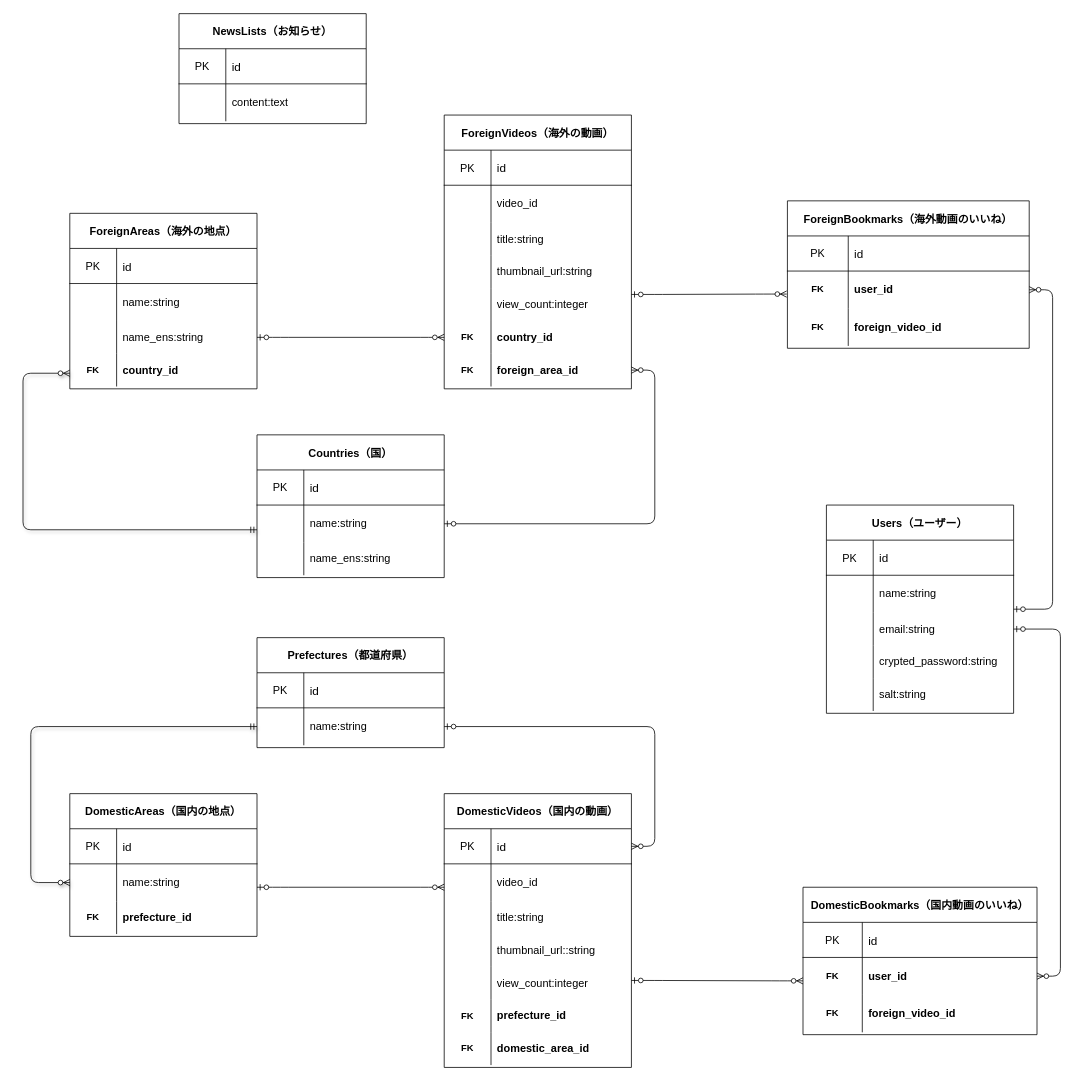
Above: er.drawio in O-H-K-N/waik-tour-rails (draw.io), before the change. Source tidied: cells renumbered, new cells numbered last; positions are measured from the earlier drawing's top-left corner, leaving out a move shared by most shapes. Both pictures are drawn from the tidied source at 78%, with x=0, y=0 at pixel (23, 13).
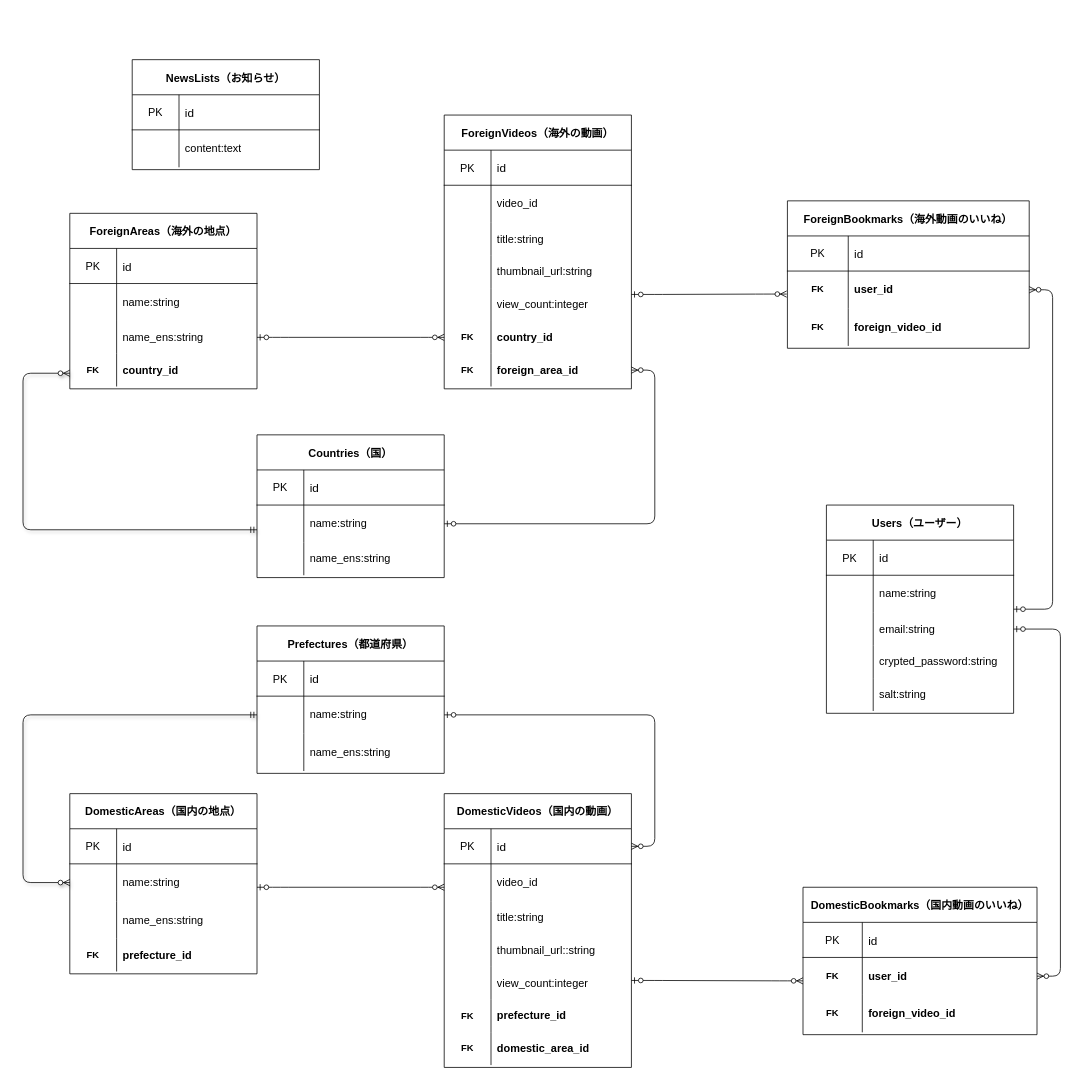
After the change.

The change refers to these unchanged cells:
```xml
<mxCell id="35" style="shape=partialRectangle;html=1;whiteSpace=wrap;fillColor=none;top=0;left=0;bottom=0;right=0;points=[[0,0.5],[1,0.5]];portConstraint=eastwest;" parent="28" vertex="1">
  <mxGeometry y="138" width="240" height="42" as="geometry" />
</mxCell>
<mxCell id="45" style="shape=partialRectangle;html=1;whiteSpace=wrap;fillColor=none;top=0;left=0;bottom=0;right=0;points=[[0,0.5],[1,0.5]];portConstraint=eastwest;" parent="41" vertex="1">
  <mxGeometry y="90" width="240" height="48" as="geometry" />
</mxCell>
<mxCell id="52" style="shape=partialRectangle;html=1;whiteSpace=wrap;fillColor=none;top=0;left=0;bottom=0;right=0;points=[[0,0.5],[1,0.5]];portConstraint=eastwest;" parent="48" vertex="1">
  <mxGeometry y="90" width="240" height="48" as="geometry" />
</mxCell>
```

What changed in the source:
```diff
@@
-    <mxCell id="37" value="name_ens:string" style="shape=partialRectangle;html=1;whiteSpace=wrap;fillColor=none;top=0;left=0;bottom=0;right=0;align=left;spacingLeft=6;overflow=hidden;fontSize=14;" parent="35" vertex="1">
+    <mxCell id="37" value="&lt;span&gt;name_ens:string&lt;/span&gt;" style="shape=partialRectangle;html=1;whiteSpace=wrap;fillColor=none;top=0;left=0;bottom=0;right=0;align=left;spacingLeft=6;overflow=hidden;fontSize=14;" parent="35" vertex="1">
       <mxGeometry x="60" width="180" height="42" as="geometry" />
     </mxCell>
@@
     <mxCell id="41" value="Prefectures（都道府県）" style="shape=table;startSize=45;childLayout=tableLayout;rowLines=0;fontStyle=1;align=center;fontSize=14;strokeWidth=1;" parent="1" vertex="1">
-      <mxGeometry x="300" y="800" width="240" height="141" as="geometry" />
+      <mxGeometry x="300" y="785" width="240" height="189" as="geometry" />
     </mxCell>
@@
+    <mxCell id="139" style="shape=partialRectangle;html=1;whiteSpace=wrap;fillColor=none;top=0;left=0;bottom=0;right=0;" parent="41" vertex="1">
+      <mxGeometry y="138" width="240" height="48" as="geometry" />
+    </mxCell>
+    <mxCell id="140" style="shape=partialRectangle;html=1;whiteSpace=wrap;fillColor=none;top=0;left=0;bottom=0;right=0;overflow=hidden;" parent="139" vertex="1">
+      <mxGeometry width="60" height="48" as="geometry" />
+    </mxCell>
+    <mxCell id="141" value="&lt;span&gt;name_ens:string&lt;/span&gt;" style="shape=partialRectangle;html=1;whiteSpace=wrap;fillColor=none;top=0;left=0;bottom=0;right=0;align=left;spacingLeft=6;overflow=hidden;fontSize=14;" parent="139" vertex="1">
+      <mxGeometry x="60" width="180" height="48" as="geometry" />
+    </mxCell>
     <mxCell id="48" value="DomesticAreas（国内の地点）" style="shape=table;startSize=45;childLayout=tableLayout;rowLines=0;fontStyle=1;align=center;fontSize=14;strokeWidth=1;" parent="1" vertex="1">
-      <mxGeometry x="60" y="1000" width="240" height="183" as="geometry" />
+      <mxGeometry x="60" y="1000" width="240" height="231" as="geometry" />
     </mxCell>
@@
+    <mxCell id="142" style="shape=partialRectangle;html=1;whiteSpace=wrap;fillColor=none;top=0;left=0;bottom=0;right=0;" parent="48" vertex="1">
+      <mxGeometry y="138" width="240" height="48" as="geometry" />
+    </mxCell>
+    <mxCell id="143" style="shape=partialRectangle;html=1;whiteSpace=wrap;fillColor=none;top=0;left=0;bottom=0;right=0;overflow=hidden;" parent="142" vertex="1">
+      <mxGeometry width="60" height="48" as="geometry" />
+    </mxCell>
+    <mxCell id="144" value="&lt;span&gt;name_ens:string&lt;/span&gt;" style="shape=partialRectangle;html=1;whiteSpace=wrap;fillColor=none;top=0;left=0;bottom=0;right=0;align=left;spacingLeft=6;overflow=hidden;fontSize=14;" parent="142" vertex="1">
+      <mxGeometry x="60" width="180" height="48" as="geometry" />
+    </mxCell>
     <mxCell id="55" style="shape=partialRectangle;html=1;whiteSpace=wrap;fillColor=none;top=0;left=0;bottom=0;right=0;" parent="48" vertex="1">
-      <mxGeometry y="138" width="240" height="42" as="geometry" />
+      <mxGeometry y="186" width="240" height="42" as="geometry" />
     </mxCell>
@@
     <mxCell id="102" value="NewsLists（お知らせ）" style="shape=table;startSize=45;childLayout=tableLayout;rowLines=0;fontStyle=1;align=center;fontSize=14;strokeWidth=1;" parent="1" vertex="1">
-      <mxGeometry x="200" width="240" height="141" as="geometry" />
+      <mxGeometry x="140" y="59" width="240" height="141" as="geometry" />
     </mxCell>
@@
-    <mxCell id="136" style="fontSize=12;html=1;endArrow=ERzeroToMany;startArrow=ERmandOne;shadow=1;edgeStyle=orthogonalEdgeStyle;exitX=0;exitY=0.5;exitDx=0;exitDy=0;entryX=0;entryY=0.5;entryDx=0;entryDy=0;" parent="1" edge="1" source="45" target="52">
+    <mxCell id="136" style="fontSize=12;html=1;endArrow=ERzeroToMany;startArrow=ERmandOne;shadow=1;edgeStyle=orthogonalEdgeStyle;entryX=0;entryY=0.5;entryDx=0;entryDy=0;exitX=0;exitY=0.5;exitDx=0;exitDy=0;" parent="1" edge="1" source="45" target="52">
       <mxGeometry relative="1" as="geometry">
         <Array as="points">
-          <mxPoint x="10" y="914" />
-          <mxPoint x="10" y="1114" />
+          <mxPoint y="899" />
+          <mxPoint y="1114" />
         </Array>
       </mxGeometry>
     </mxCell>
```
